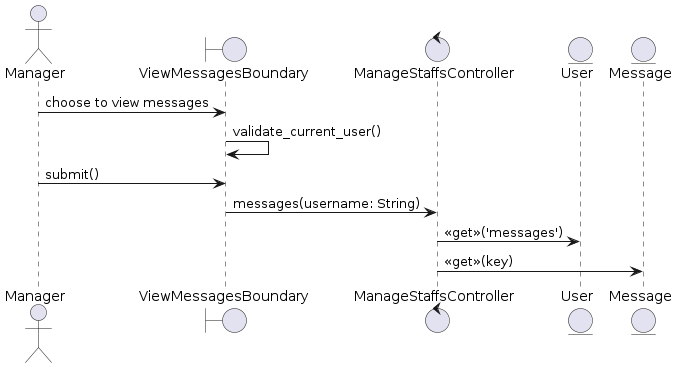
Before: docs/UML/Sequence Diagrams/view-messages.png, a diagram exported from PlantUML (LapTQ/MCT).
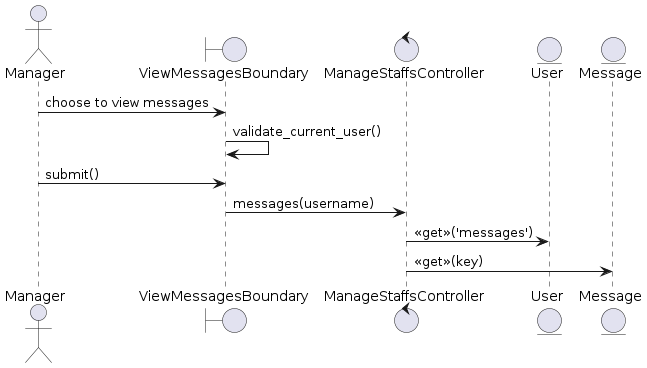
Later version of the same file.

What changed in the source:
```diff
@@ -9,7 +9,7 @@
 A -> B: choose to view messages
 B -> B: validate_current_user()
 A -> B: submit()
-B -> C: messages(username: String)
+B -> C: messages(username)
 C -> E1: <<get>>('messages')
 C -> E2: <<get>>(key)
 
```
